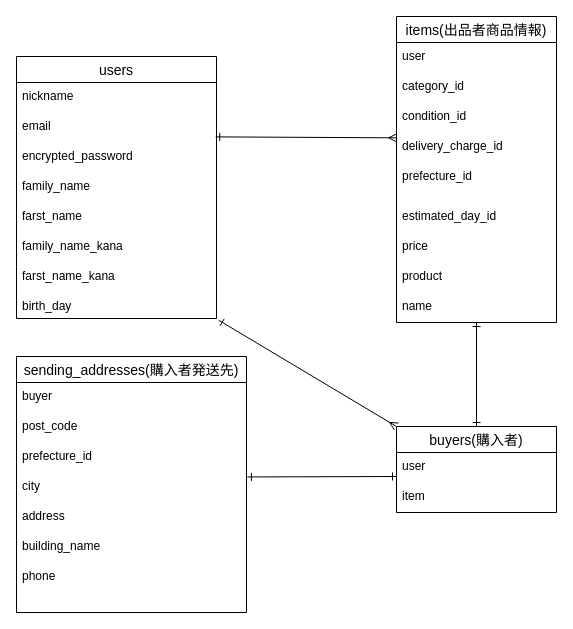
The draw.io diagram furima.dio in tsukasakaiko/furima-37303, before the edit. Source tidied: cells renumbered, new cells numbered last; positions are measured from the earlier drawing's top-left corner, leaving out a move shared by most shapes. Both pictures are drawn from the tidied source at 100%, with x=0, y=0 at pixel (16, 16).
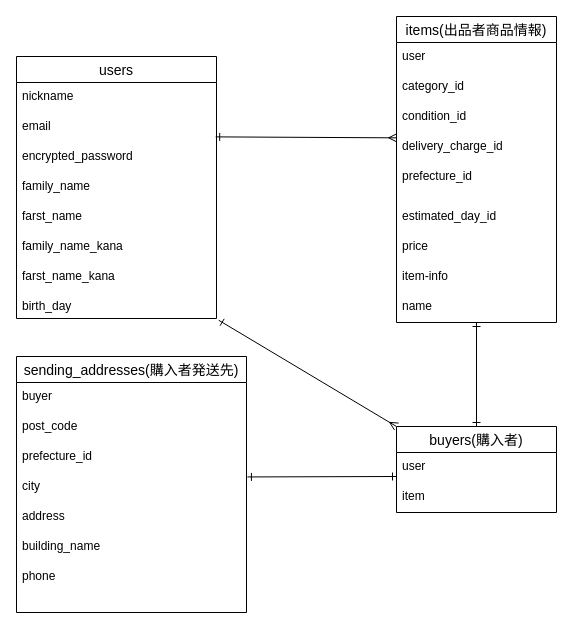
The same diagram, later.

The change refers to these unchanged cells:
```xml
<mxCell id="20" value="items(出品者商品情報)" style="swimlane;fontStyle=0;horizontal=1;startSize=26;align=center;fontSize=14;" parent="1" vertex="1">
  <mxGeometry x="380" width="160" height="306" as="geometry" />
</mxCell>
```

The edit, as a diff of the source:
```diff
@@
-    <mxCell id="28" value="product" style="text;strokeColor=none;fillColor=none;spacingLeft=4;spacingRight=4;overflow=hidden;fontSize=12;" parent="20" vertex="1">
+    <mxCell id="28" value="item-info" style="text;strokeColor=none;fillColor=none;spacingLeft=4;spacingRight=4;overflow=hidden;fontSize=12;" parent="20" vertex="1">
       <mxGeometry y="246" width="160" height="30" as="geometry" />
     </mxCell>
```
